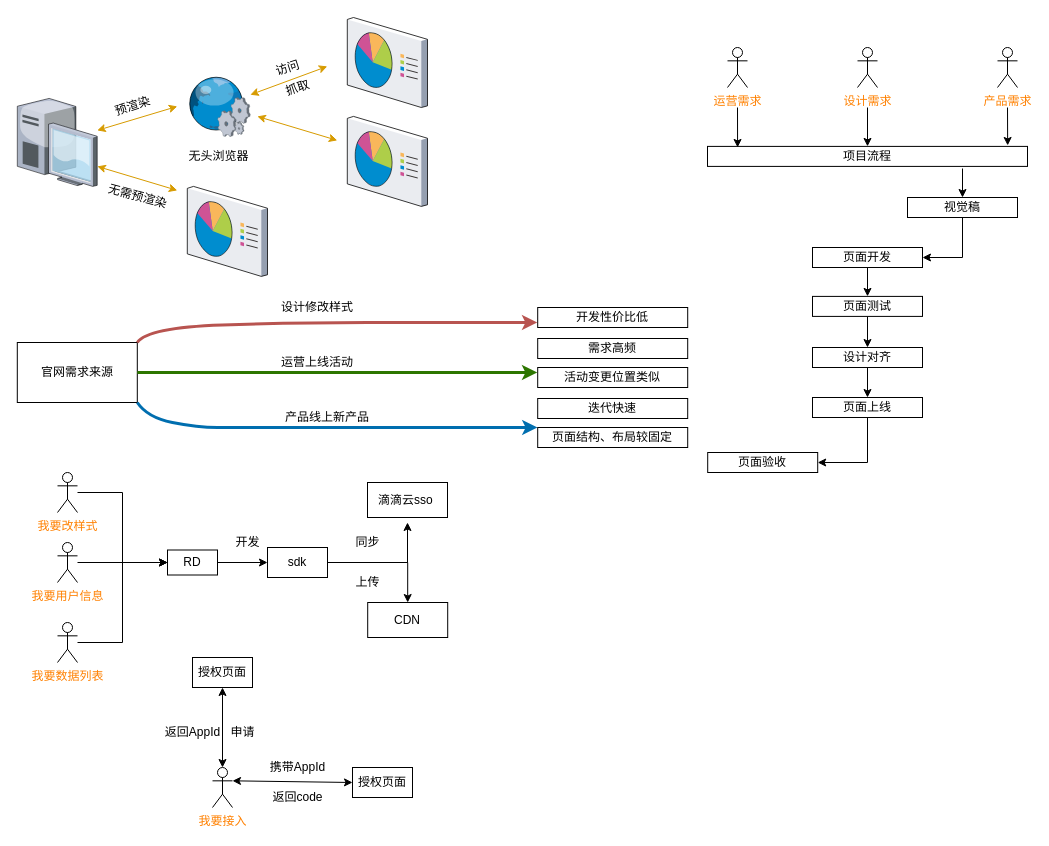
zyx1992/hexoDocs keeps this draw.io diagram as page "Page-1" (1 of 4) of Untitled Diagram.drawio. Above is the earlier version. Source tidied: cells renumbered, new cells numbered last; positions are measured from the earlier drawing's top-left corner, leaving out a move shared by most shapes. Both pictures are drawn from the tidied source at 100%, with x=0, y=0 at pixel (17, 17).
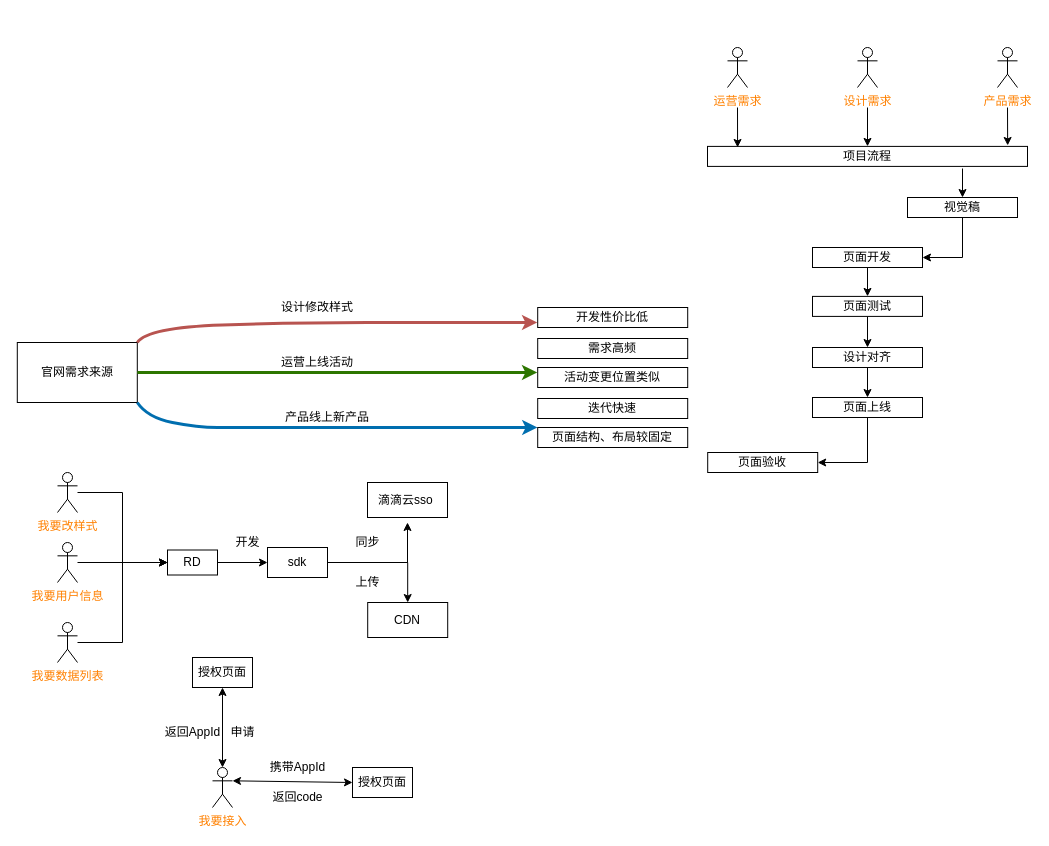
After the change.

What changed in the source:
```diff
@@
-    <mxCell id="2" style="verticalLabelPosition=bottom;html=1;verticalAlign=top;strokeColor=none;align=center;outlineConnect=0;shape=mxgraph.citrix.web_service;" parent="1" vertex="1">
-      <mxGeometry x="169.8" y="58.9" width="63" height="60" as="geometry" />
-    </mxCell>
-    <mxCell id="3" style="verticalLabelPosition=bottom;html=1;verticalAlign=top;strokeColor=none;align=center;outlineConnect=0;shape=mxgraph.citrix.desktop;" parent="1" vertex="1">
-      <mxGeometry x="-0.2" y="80.9" width="79.9" height="88" as="geometry" />
-    </mxCell>
-    <mxCell id="4" style="verticalLabelPosition=bottom;html=1;verticalAlign=top;strokeColor=none;align=center;shape=mxgraph.citrix.reporting;" parent="1" vertex="1">
-      <mxGeometry x="329.8" width="80.2" height="90" as="geometry" />
-    </mxCell>
-    <mxCell id="5" style="verticalLabelPosition=bottom;html=1;verticalAlign=top;strokeColor=none;align=center;shape=mxgraph.citrix.reporting;" parent="1" vertex="1">
-      <mxGeometry x="329.8" y="98.9" width="80.2" height="90" as="geometry" />
-    </mxCell>
-    <mxCell id="6" style="verticalLabelPosition=bottom;html=1;verticalAlign=top;strokeColor=none;align=center;shape=mxgraph.citrix.reporting;" parent="1" vertex="1">
-      <mxGeometry x="169.8" y="168.9" width="80.2" height="90" as="geometry" />
-    </mxCell>
-    <mxCell id="7" style="endArrow=classic;startArrow=classic;html=1;fillColor=#ffe6cc;strokeColor=#d79b00;" parent="1" edge="1" source="2">
-      <mxGeometry relative="1" as="geometry">
-        <mxPoint x="309.8" y="48.9" as="targetPoint" />
-      </mxGeometry>
-    </mxCell>
-    <mxCell id="8" style="endArrow=classic;startArrow=classic;html=1;fillColor=#ffe6cc;strokeColor=#d79b00;" parent="1" edge="1">
-      <mxGeometry relative="1" as="geometry">
-        <mxPoint x="239.8" y="98.9" as="sourcePoint" />
-        <mxPoint x="319.8" y="122.9" as="targetPoint" />
-      </mxGeometry>
-    </mxCell>
-    <mxCell id="9" style="endArrow=classic;startArrow=classic;html=1;fillColor=#ffe6cc;strokeColor=#d79b00;" parent="1" edge="1">
-      <mxGeometry relative="1" as="geometry">
-        <mxPoint x="79.8" y="148.9" as="sourcePoint" />
-        <mxPoint x="159.8" y="172.9" as="targetPoint" />
-      </mxGeometry>
-    </mxCell>
-    <mxCell id="10" style="endArrow=classic;startArrow=classic;html=1;fillColor=#ffe6cc;strokeColor=#d79b00;" parent="1" edge="1" source="3">
-      <mxGeometry relative="1" as="geometry">
-        <mxPoint x="159.8" y="88.9" as="targetPoint" />
-      </mxGeometry>
-    </mxCell>
-    <mxCell id="11" value="无头浏览器" style="text;html=1;align=center;verticalAlign=middle;" parent="1" vertex="1">
-      <mxGeometry x="161.3" y="128.9" width="80" height="20" as="geometry" />
-    </mxCell>
-    <mxCell id="12" value="预渲染" style="text;html=1;align=center;verticalAlign=middle;rotation=342;" parent="1" vertex="1">
-      <mxGeometry x="89.8" y="78.9" width="50" height="20" as="geometry" />
-    </mxCell>
-    <mxCell id="13" value="无需预渲染" style="text;html=1;align=center;verticalAlign=middle;rotation=15;" parent="1" vertex="1">
-      <mxGeometry x="79.7" y="168.9" width="80" height="20" as="geometry" />
-    </mxCell>
-    <mxCell id="14" value="访问" style="text;html=1;align=center;verticalAlign=middle;rotation=342;" parent="1" vertex="1">
-      <mxGeometry x="250" y="40.9" width="40" height="20" as="geometry" />
-    </mxCell>
-    <mxCell id="15" value="抓取" style="text;html=1;align=center;verticalAlign=middle;rotation=342;" parent="1" vertex="1">
-      <mxGeometry x="259.8" y="60.9" width="40" height="20" as="geometry" />
-    </mxCell>
```
